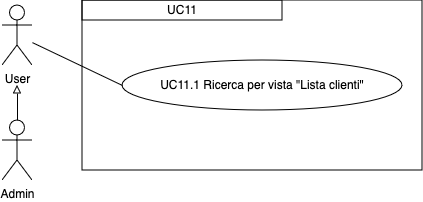
The draw.io diagram imgs/Uml/UC11.1.png in ShameIRL/farmacode, before a commit. Source tidied: cells renumbered, new cells last; positions are measured from the earlier drawing's top-left corner, leaving out a move shared by most shapes. Source of this version:
```xml
<mxGraphModel>
  <root>
    <mxCell id="0" />
    <mxCell id="1" parent="0" />
    <mxCell id="2" value="UC11.1 Ricerca per vista &quot;Lista clienti&quot;" style="ellipse;whiteSpace=wrap;html=1;" parent="1" vertex="1">
      <mxGeometry x="120" y="60" width="280" height="50" as="geometry" />
    </mxCell>
    <mxCell id="3" value="User" style="shape=umlActor;verticalLabelPosition=bottom;verticalAlign=top;html=1;outlineConnect=0;" parent="1" vertex="1">
      <mxGeometry y="5" width="30" height="60" as="geometry" />
    </mxCell>
    <mxCell id="4" style="edgeStyle=orthogonalEdgeStyle;rounded=0;jettySize=auto;html=1;exitX=0.5;exitY=0;exitDx=0;exitDy=0;exitPerimeter=0;endArrow=block;endFill=0;" parent="1" edge="1" source="5">
      <mxGeometry relative="1" as="geometry">
        <mxPoint x="15" y="85" as="targetPoint" />
      </mxGeometry>
    </mxCell>
    <mxCell id="5" value="Admin" style="shape=umlActor;verticalLabelPosition=bottom;verticalAlign=top;html=1;outlineConnect=0;" parent="1" vertex="1">
      <mxGeometry y="120" width="30" height="60" as="geometry" />
    </mxCell>
    <mxCell id="6" style="endArrow=none;html=1;rounded=0;entryX=0;entryY=0.5;entryDx=0;entryDy=0;" parent="1" edge="1" source="3" target="2">
      <mxGeometry relative="1" as="geometry" />
    </mxCell>
    <mxCell id="7" value="UC11" style="rounded=0;whiteSpace=wrap;html=1;" parent="1" vertex="1">
      <mxGeometry x="80" width="200" height="20" as="geometry" />
    </mxCell>
    <mxCell id="8" style="rounded=0;whiteSpace=wrap;html=1;fillColor=none;" parent="1" vertex="1">
      <mxGeometry x="80" width="340" height="170" as="geometry" />
    </mxCell>
  </root>
</mxGraphModel>
```
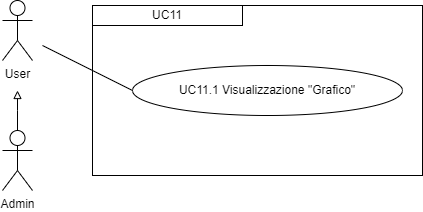
The same diagram one commit later.

Diff of the diagram source:
```diff
@@ -2,28 +2,34 @@
   <root>
     <mxCell id="0" />
     <mxCell id="1" parent="0" />
-    <mxCell id="2" value="UC11.1 Ricerca per vista &quot;Lista clienti&quot;" style="ellipse;whiteSpace=wrap;html=1;" parent="1" vertex="1">
-      <mxGeometry x="120" y="60" width="280" height="50" as="geometry" />
-    </mxCell>
+    <mxCell id="9" style="edgeStyle=orthogonalEdgeStyle;rounded=0;jettySize=auto;html=1;strokeColor=#000000;endArrow=block;endFill=0;" parent="1" edge="1" source="5">
+      <mxGeometry relative="1" as="geometry">
+        <mxPoint x="175" y="255" as="targetPoint" />
+        <Array as="points">
+          <mxPoint x="175" y="275" />
+          <mxPoint x="175" y="275" />
+        </Array>
+      </mxGeometry>
+    </mxCell>
+    <mxCell id="5" value="Admin" style="shape=umlActor;verticalLabelPosition=bottom;verticalAlign=top;html=1;outlineConnect=0;" parent="1" vertex="1">
+      <mxGeometry x="160" y="295" width="30" height="60" as="geometry" />
+    </mxCell>
     <mxCell id="3" value="User" style="shape=umlActor;verticalLabelPosition=bottom;verticalAlign=top;html=1;outlineConnect=0;" parent="1" vertex="1">
-      <mxGeometry y="5" width="30" height="60" as="geometry" />
+      <mxGeometry x="160" y="165" width="30" height="60" as="geometry" />
     </mxCell>
-    <mxCell id="4" style="edgeStyle=orthogonalEdgeStyle;rounded=0;jettySize=auto;html=1;exitX=0.5;exitY=0;exitDx=0;exitDy=0;exitPerimeter=0;endArrow=block;endFill=0;" parent="1" edge="1" source="5">
-      <mxGeometry relative="1" as="geometry">
-        <mxPoint x="15" y="85" as="targetPoint" />
-      </mxGeometry>
-    </mxCell>
-    <mxCell id="5" value="Admin" style="shape=umlActor;verticalLabelPosition=bottom;verticalAlign=top;html=1;outlineConnect=0;" parent="1" vertex="1">
-      <mxGeometry y="120" width="30" height="60" as="geometry" />
-    </mxCell>
-    <mxCell id="6" style="endArrow=none;html=1;rounded=0;entryX=0;entryY=0.5;entryDx=0;entryDy=0;" parent="1" edge="1" source="3" target="2">
-      <mxGeometry relative="1" as="geometry" />
-    </mxCell>
+    <mxCell id="10" style="rounded=0;whiteSpace=wrap;html=1;fillColor=none;" parent="1" vertex="1">
+      <mxGeometry x="250" y="170" width="330" height="170" as="geometry" />
+    </mxCell>
-    <mxCell id="7" value="UC11" style="rounded=0;whiteSpace=wrap;html=1;" parent="1" vertex="1">
-      <mxGeometry x="80" width="200" height="20" as="geometry" />
+    <mxCell id="7" value="&lt;div style=&quot;&quot;&gt;UC11&lt;/div&gt;" style="rounded=0;whiteSpace=wrap;html=1;fillColor=none;align=center;" parent="1" vertex="1">
+      <mxGeometry x="250" y="170" width="150" height="20" as="geometry" />
     </mxCell>
-    <mxCell id="8" style="rounded=0;whiteSpace=wrap;html=1;fillColor=none;" parent="1" vertex="1">
-      <mxGeometry x="80" width="340" height="170" as="geometry" />
-    </mxCell>
+    <mxCell id="11" value="UC11.1 Visualizzazione &quot;Grafico&quot;" style="ellipse;whiteSpace=wrap;html=1;" parent="1" vertex="1">
+      <mxGeometry x="290" y="230" width="270" height="50" as="geometry" />
+    </mxCell>
+    <mxCell id="12" style="endArrow=none;html=1;rounded=0;entryX=0;entryY=0.5;entryDx=0;entryDy=0;" parent="1" edge="1" target="11">
+      <mxGeometry relative="1" as="geometry">
+        <mxPoint x="200" y="210" as="sourcePoint" />
+      </mxGeometry>
+    </mxCell>
   </root>
 </mxGraphModel>
```
